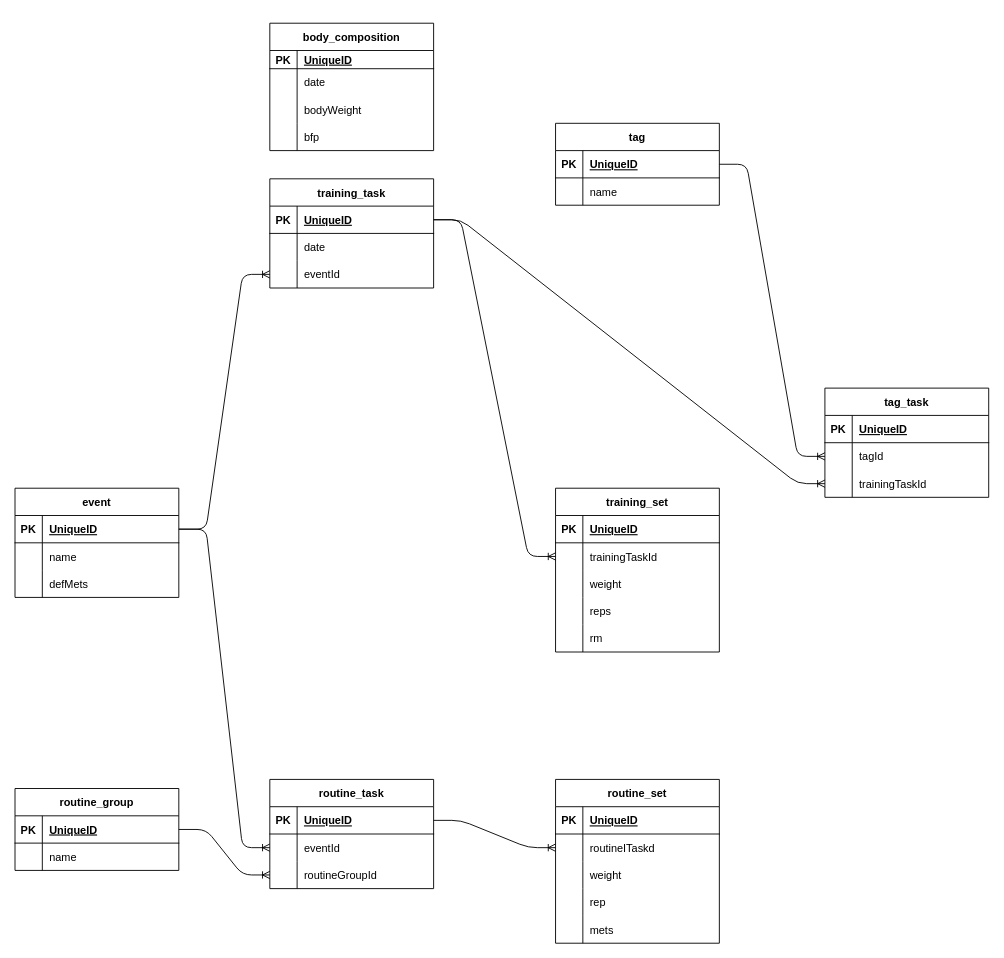
Earlier version of the draw.io diagram doc/db.dio (NaitoFumi/atlas). Source tidied: cells renumbered, new cells numbered last; positions are measured from the earlier drawing's top-left corner, leaving out a move shared by most shapes. Both pictures are drawn from the tidied source at 91%, with x=0, y=0 at pixel (15, 23).
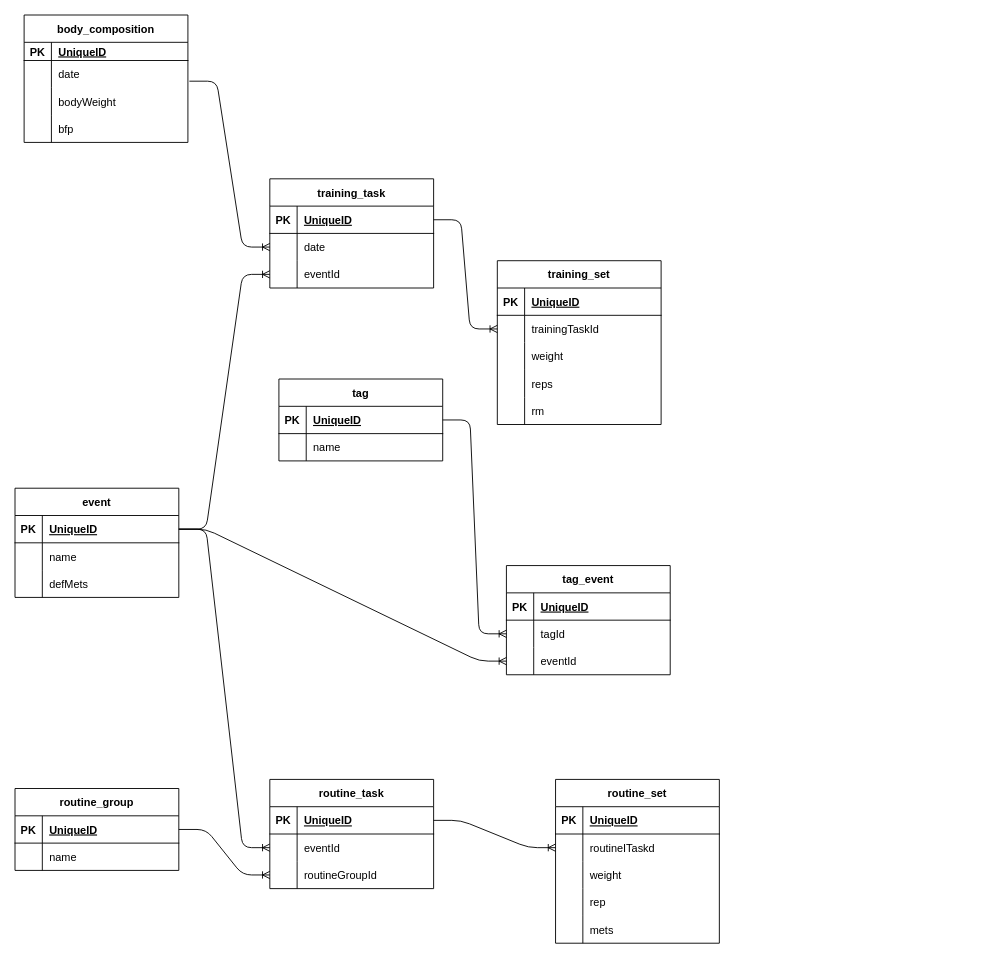
The same page after the edit.

Commit message (it also covers changes not shown here):
modify tag management And task regist designe

Unchanged cells that the change refers to:
```xml
<mxCell id="3" style="shape=tableRow;horizontal=0;startSize=0;swimlaneHead=0;swimlaneBody=0;fillColor=none;points=[[0,0.5],[1,0.5]];portConstraint=eastwest;top=0;left=0;right=0;bottom=1;" parent="2" vertex="1">
  <mxGeometry y="30" width="180" height="30" as="geometry" />
</mxCell>
<mxCell id="6" style="shape=tableRow;horizontal=0;startSize=0;swimlaneHead=0;swimlaneBody=0;fillColor=none;points=[[0,0.5],[1,0.5]];portConstraint=eastwest;top=0;left=0;right=0;bottom=0;" parent="2" vertex="1">
  <mxGeometry y="60" width="180" height="30" as="geometry" />
</mxCell>
<mxCell id="42" style="shape=tableRow;horizontal=0;startSize=0;swimlaneHead=0;swimlaneBody=0;fillColor=none;points=[[0,0.5],[1,0.5]];portConstraint=eastwest;top=0;left=0;right=0;bottom=0;" parent="35" vertex="1">
  <mxGeometry y="90" width="180" height="30" as="geometry" />
</mxCell>
<mxCell id="82" style="shape=tableRow;horizontal=0;startSize=0;swimlaneHead=0;swimlaneBody=0;fillColor=none;points=[[0,0.5],[1,0.5]];portConstraint=eastwest;top=0;left=0;right=0;bottom=1;" parent="81" vertex="1">
  <mxGeometry y="30" width="180" height="30" as="geometry" />
</mxCell>
<mxCell id="99" style="shape=tableRow;horizontal=0;startSize=0;swimlaneHead=0;swimlaneBody=0;fillColor=none;points=[[0,0.5],[1,0.5]];portConstraint=eastwest;top=0;left=0;right=0;bottom=0;" parent="95" vertex="1">
  <mxGeometry y="50" width="180" height="30" as="geometry" />
</mxCell>
```

The edit, as a diff of the source:
```diff
@@
     <mxCell id="12" value="training_set" style="shape=table;startSize=30;childLayout=tableLayout;rowLines=0;fontStyle=1;align=center;" parent="1" vertex="1">
-      <mxGeometry x="594" y="511" width="180" height="180" as="geometry" />
+      <mxGeometry x="530" y="261" width="180" height="180" as="geometry" />
     </mxCell>
@@
     <mxCell id="28" value="tag" style="shape=table;startSize=30;childLayout=tableLayout;rowLines=0;fontStyle=1;align=center;" parent="1" vertex="1">
-      <mxGeometry x="594" y="110" width="180" height="90" as="geometry" />
+      <mxGeometry x="290" y="391" width="180" height="90" as="geometry" />
     </mxCell>
@@
-    <mxCell id="35" value="tag_task" style="shape=table;startSize=30;childLayout=tableLayout;rowLines=0;fontStyle=1;align=center;" parent="1" vertex="1">
-      <mxGeometry x="890" y="401" width="180" height="120" as="geometry" />
+    <mxCell id="35" value="tag_event" style="shape=table;startSize=30;childLayout=tableLayout;rowLines=0;fontStyle=1;align=center;" parent="1" vertex="1">
+      <mxGeometry x="540" y="596" width="180" height="120" as="geometry" />
     </mxCell>
@@
-    <mxCell id="44" value="trainingTaskId" style="shape=partialRectangle;fillColor=none;top=0;left=0;bottom=0;right=0;align=left;spacingLeft=6;overflow=hidden;" parent="42" vertex="1">
+    <mxCell id="44" value="eventId" style="shape=partialRectangle;fillColor=none;top=0;left=0;bottom=0;right=0;align=left;spacingLeft=6;overflow=hidden;" parent="42" vertex="1">
       <mxGeometry x="30" width="150" height="30" as="geometry" />
     </mxCell>
@@
-    <mxCell id="62" style="edgeStyle=entityRelationEdgeStyle;fontSize=12;html=1;endArrow=ERoneToMany;exitX=1;exitY=0.5;exitDx=0;exitDy=0;entryX=0;entryY=0.5;entryDx=0;entryDy=0;" parent="1" edge="1" source="3" target="42">
+    <mxCell id="62" style="edgeStyle=entityRelationEdgeStyle;fontSize=12;html=1;endArrow=ERoneToMany;exitX=1;exitY=0.5;exitDx=0;exitDy=0;entryX=0;entryY=0.5;entryDx=0;entryDy=0;" parent="1" edge="1" source="82" target="42">
       <mxGeometry relative="1" as="geometry" />
     </mxCell>
@@
     <mxCell id="95" value="body_composition" style="shape=table;startSize=30;childLayout=tableLayout;rowLines=0;fontStyle=1;align=center;" parent="1" vertex="1">
-      <mxGeometry x="280" width="180" height="140" as="geometry" />
+      <mxGeometry x="10" y="-9" width="180" height="140" as="geometry" />
     </mxCell>
@@
+    <mxCell id="108" style="edgeStyle=entityRelationEdgeStyle;fontSize=12;html=1;endArrow=ERoneToMany;entryX=0;entryY=0.5;entryDx=0;entryDy=0;exitX=1.009;exitY=0.757;exitDx=0;exitDy=0;exitPerimeter=0;" parent="1" edge="1" source="99" target="6">
+      <mxGeometry relative="1" as="geometry" />
+    </mxCell>
```
